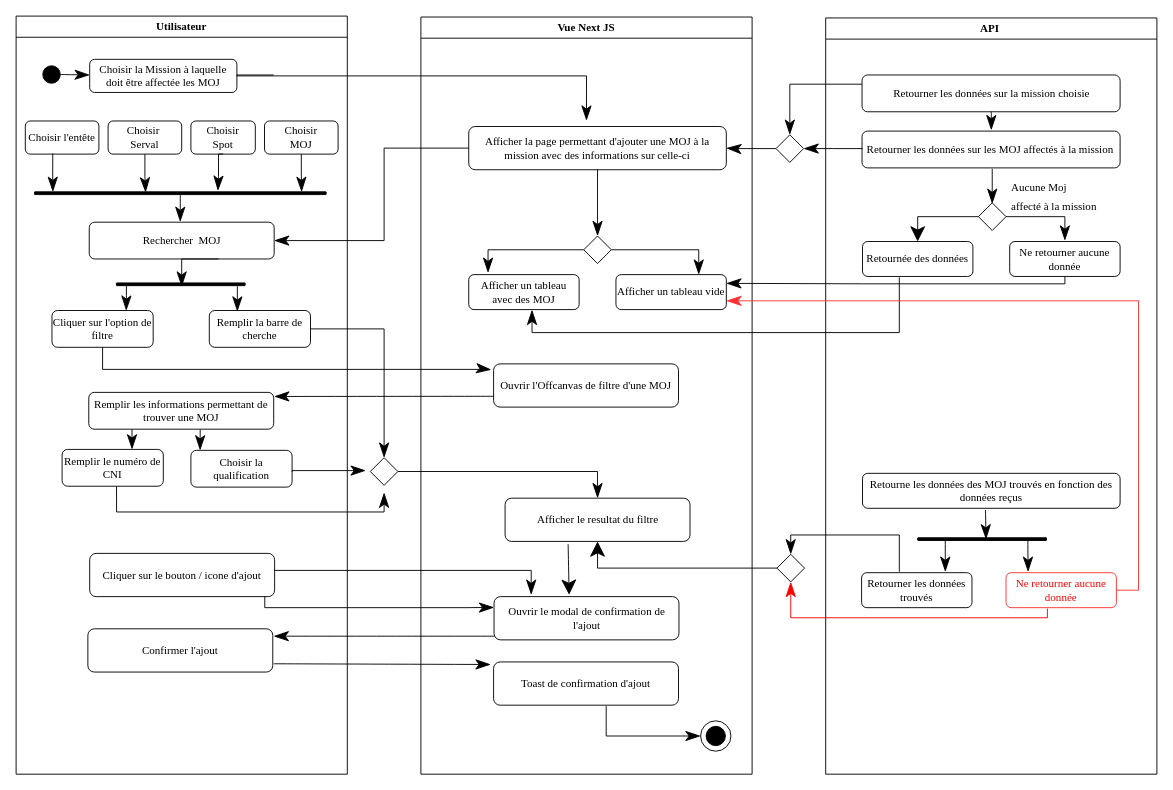
Earlier version of the draw.io diagram New_ActivityDiagramAssignsMojMission.drawio (ThuranJunior-AGL/AnalyseGEMOj). Source tidied: cells renumbered, new cells numbered last; positions are measured from the earlier drawing's top-left corner, leaving out a move shared by most shapes. Both pictures are drawn from the tidied source at 92%, with x=0, y=0 at pixel (16, 16).
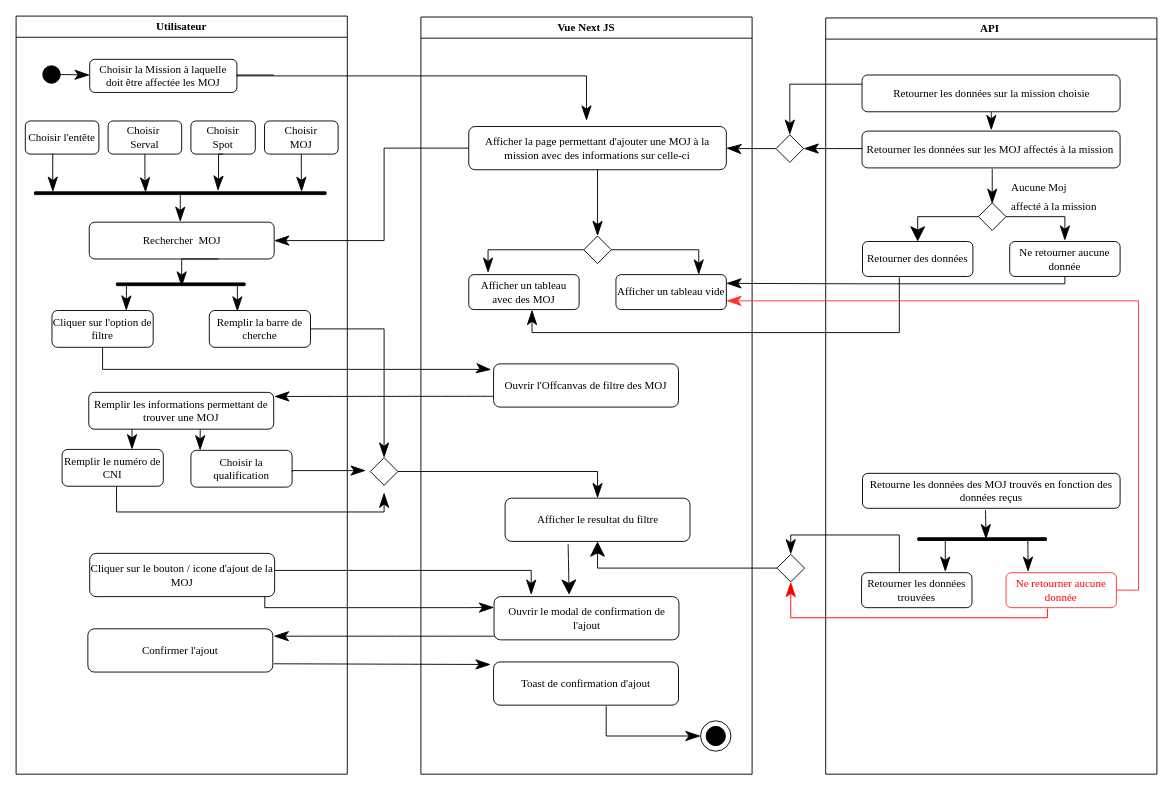
After the change.

Commit message (it also covers changes not shown here):
Mettre à jour New_ActivityDiagramAssignsMojMission.drawio

Unchanged cells that the change refers to:
```xml
<mxCell id="2" value="Utilisateur" style="swimlane;whiteSpace=wrap;html=1;fontFamily=Times New Roman;" parent="1" vertex="1">
  <mxGeometry width="360" height="824" as="geometry" />
</mxCell>
<mxCell id="29" value="Vue Next JS" style="swimlane;whiteSpace=wrap;html=1;fontFamily=Times New Roman;" parent="1" vertex="1">
  <mxGeometry x="440" y="1" width="360" height="823" as="geometry" />
</mxCell>
<mxCell id="45" value="API&amp;nbsp;" style="swimlane;whiteSpace=wrap;html=1;fontFamily=Times New Roman;gradientColor=none;" parent="1" vertex="1">
  <mxGeometry x="880" y="2" width="360" height="822" as="geometry" />
</mxCell>
```

What changed in the source:
```diff
@@
-    <mxCell id="27" value="Cliquer sur le bouton / icone d'ajout" style="rounded=1;whiteSpace=wrap;html=1;fontFamily=Times New Roman;" parent="2" vertex="1">
+    <mxCell id="27" value="Cliquer sur le bouton / icone d'ajout de la MOJ" style="rounded=1;whiteSpace=wrap;html=1;fontFamily=Times New Roman;" parent="2" vertex="1">
       <mxGeometry x="80" y="584" width="201" height="47" as="geometry" />
     </mxCell>
@@
-    <mxCell id="31" value="Ouvrir l'Offcanvas de filtre d'une MOJ" style="rounded=1;whiteSpace=wrap;html=1;fontFamily=Times New Roman;" parent="29" vertex="1">
+    <mxCell id="31" value="Ouvrir l'Offcanvas de filtre des MOJ" style="rounded=1;whiteSpace=wrap;html=1;fontFamily=Times New Roman;" parent="29" vertex="1">
       <mxGeometry x="79" y="377" width="201" height="47" as="geometry" />
     </mxCell>
@@
-    <mxCell id="51" value="Retournée des données" style="rounded=1;whiteSpace=wrap;html=1;fontFamily=Times New Roman;" parent="45" vertex="1">
+    <mxCell id="51" value="Retourner des données" style="rounded=1;whiteSpace=wrap;html=1;fontFamily=Times New Roman;" parent="45" vertex="1">
       <mxGeometry x="40" y="243" width="120" height="38" as="geometry" />
     </mxCell>
@@
-    <mxCell id="54" value="Retourner les données trouvés" style="rounded=1;whiteSpace=wrap;html=1;fontFamily=Times New Roman;" parent="45" vertex="1">
+    <mxCell id="54" value="Retourner les données trouvées" style="rounded=1;whiteSpace=wrap;html=1;fontFamily=Times New Roman;" parent="45" vertex="1">
       <mxGeometry x="39" y="603" width="120" height="38" as="geometry" />
     </mxCell>
```
